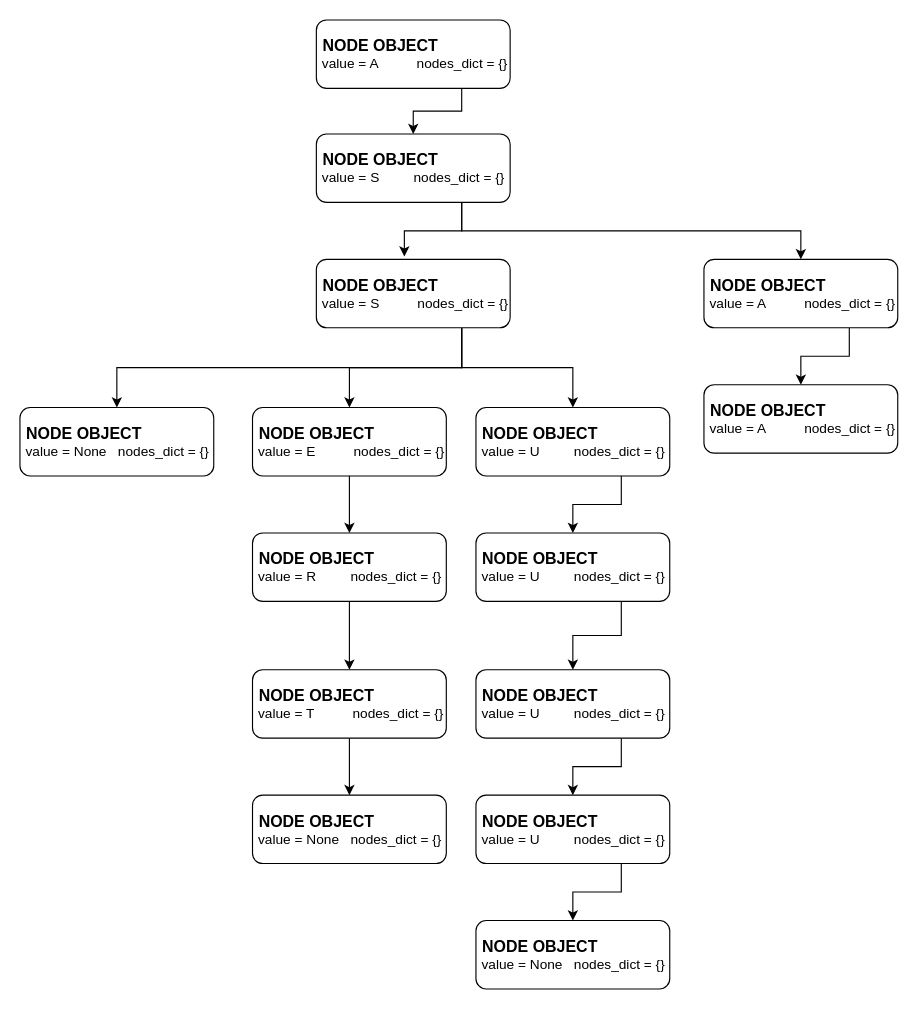
RadoslawKzm/SdaProject keeps this draw.io diagram as Algorithms/data_structures/trie/trie.drawio. Above is the earlier version. Source tidied: cells renumbered, new cells numbered last; positions are measured from the earlier drawing's top-left corner, leaving out a move shared by most shapes. Both pictures are drawn from the tidied source at 114%, with x=0, y=0 at pixel (19, 19).
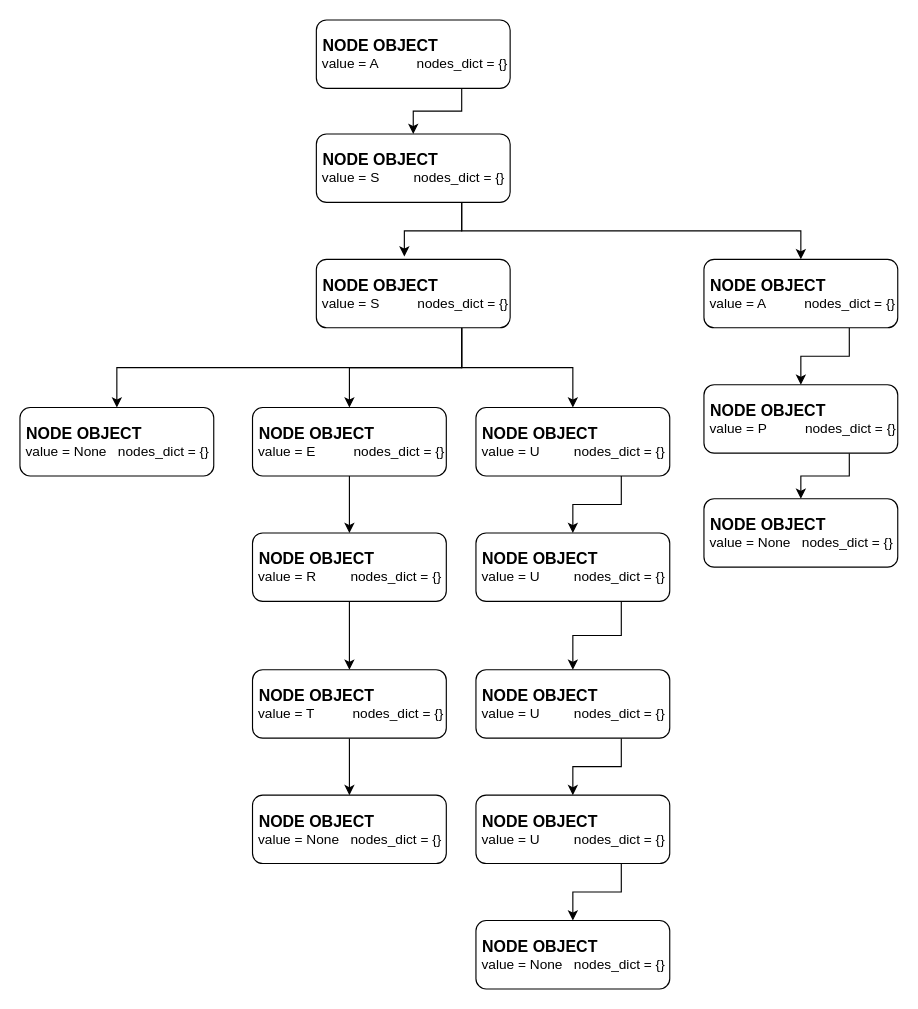
After the change.

Commit message (it also covers changes not shown here):
finished trie

Change to the diagram source:
```diff
@@
+    <mxCell id="31" style="edgeStyle=orthogonalEdgeStyle;rounded=0;jettySize=auto;html=1;exitX=0.75;exitY=1;exitDx=0;exitDy=0;entryX=0.5;entryY=0;entryDx=0;entryDy=0;" parent="1" edge="1" source="13" target="32">
+      <mxGeometry relative="1" as="geometry" />
+    </mxCell>
-    <mxCell id="13" value="&lt;font size=&quot;1&quot;&gt;&lt;b style=&quot;font-size: 14px&quot;&gt;&amp;nbsp;NODE OBJECT&lt;/b&gt;&lt;/font&gt;&lt;br style=&quot;font-size: 20px&quot;&gt;&amp;nbsp;value = A&amp;nbsp; &amp;nbsp; &amp;nbsp; &amp;nbsp; &amp;nbsp;&amp;nbsp;nodes_dict = {}" style="rounded=1;whiteSpace=wrap;html=1;align=left;" parent="1" vertex="1">
+    <mxCell id="13" value="&lt;font size=&quot;1&quot;&gt;&lt;b style=&quot;font-size: 14px&quot;&gt;&amp;nbsp;NODE OBJECT&lt;/b&gt;&lt;/font&gt;&lt;br style=&quot;font-size: 20px&quot;&gt;&amp;nbsp;value = P&amp;nbsp; &amp;nbsp; &amp;nbsp; &amp;nbsp; &amp;nbsp; nodes_dict = {}" style="rounded=1;whiteSpace=wrap;html=1;align=left;" parent="1" vertex="1">
       <mxGeometry x="600" y="320" width="170" height="60" as="geometry" />
     </mxCell>
@@
+    <mxCell id="32" value="&lt;font size=&quot;1&quot;&gt;&lt;b style=&quot;font-size: 14px&quot;&gt;&amp;nbsp;NODE OBJECT&lt;/b&gt;&lt;/font&gt;&lt;br style=&quot;font-size: 20px&quot;&gt;&amp;nbsp;value = None&amp;nbsp; &amp;nbsp;nodes_dict = {}" style="rounded=1;whiteSpace=wrap;html=1;align=left;" parent="1" vertex="1">
+      <mxGeometry x="600" y="420" width="170" height="60" as="geometry" />
+    </mxCell>
```
